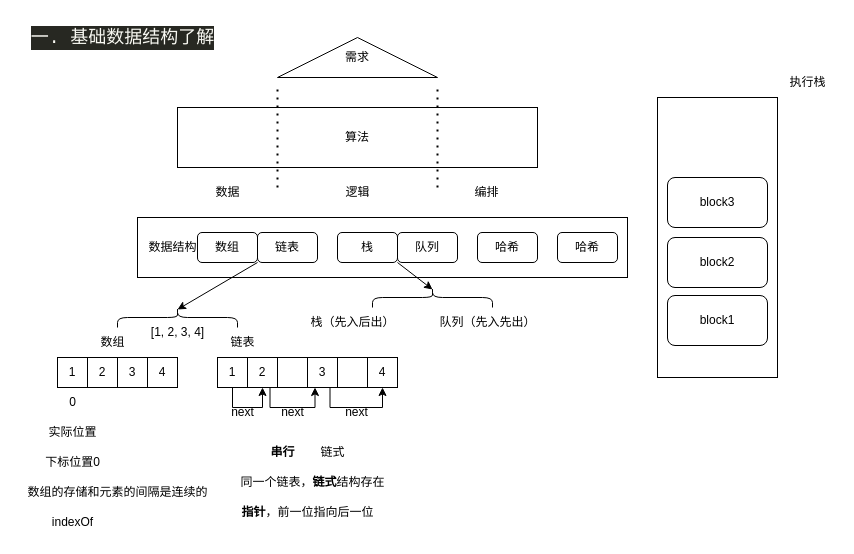
Earlier version of the draw.io diagram page "算法问题详解（1）——云隐" (19 of 19) of formal_lessons/imgs/【爪哇教育】web304.drawio (djsz3y/zhaowa-study-notes). Source tidied: cells renumbered, new cells numbered last; positions are measured from the earlier drawing's top-left corner, leaving out a move shared by most shapes. Both pictures are drawn from the tidied source at 100%, with x=0, y=0 at pixel (17, 17).
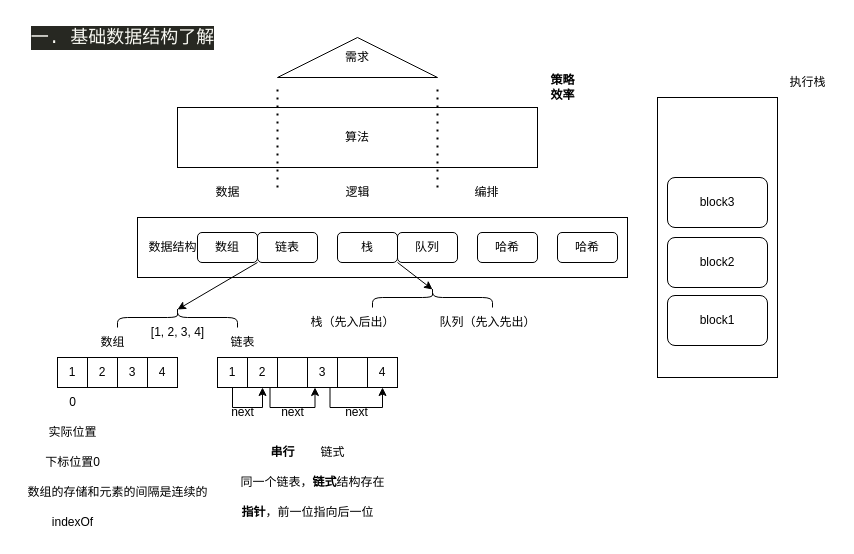
The same page after the edit.

The edit, as a diff of the source:
```diff
@@
+    <mxCell id="57" value="策略&lt;br&gt;效率" style="text;html=1;align=center;verticalAlign=middle;strokeColor=none;fillColor=none;fontStyle=1;" parent="1" vertex="1">
+      <mxGeometry x="520" y="50" width="50" height="40" as="geometry" />
+    </mxCell>
```
